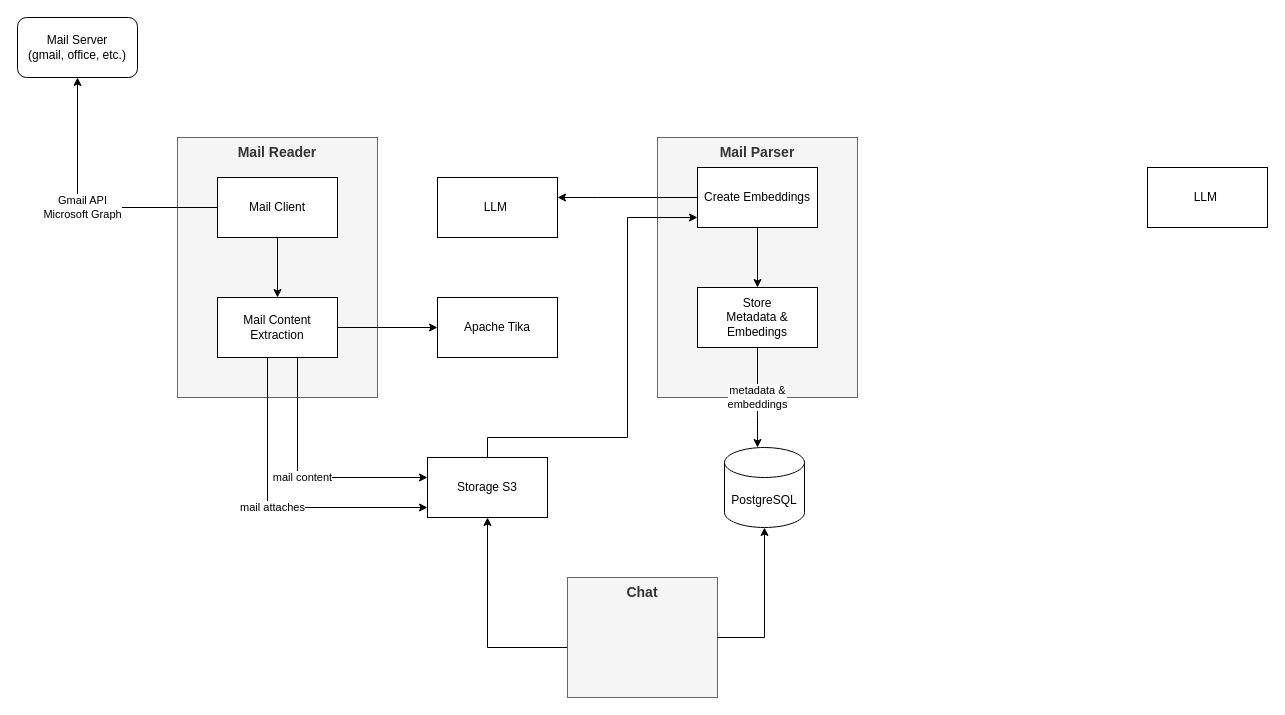
mwzero/jui keeps this draw.io diagram as jui-apps/jui-apps-email-assistant/mail-assistant.drawio. Above is the earlier version. Source tidied: cells renumbered, new cells numbered last; positions are measured from the earlier drawing's top-left corner, leaving out a move shared by most shapes. Both pictures are drawn from the tidied source at 100%, with x=0, y=0 at pixel (17, 17).
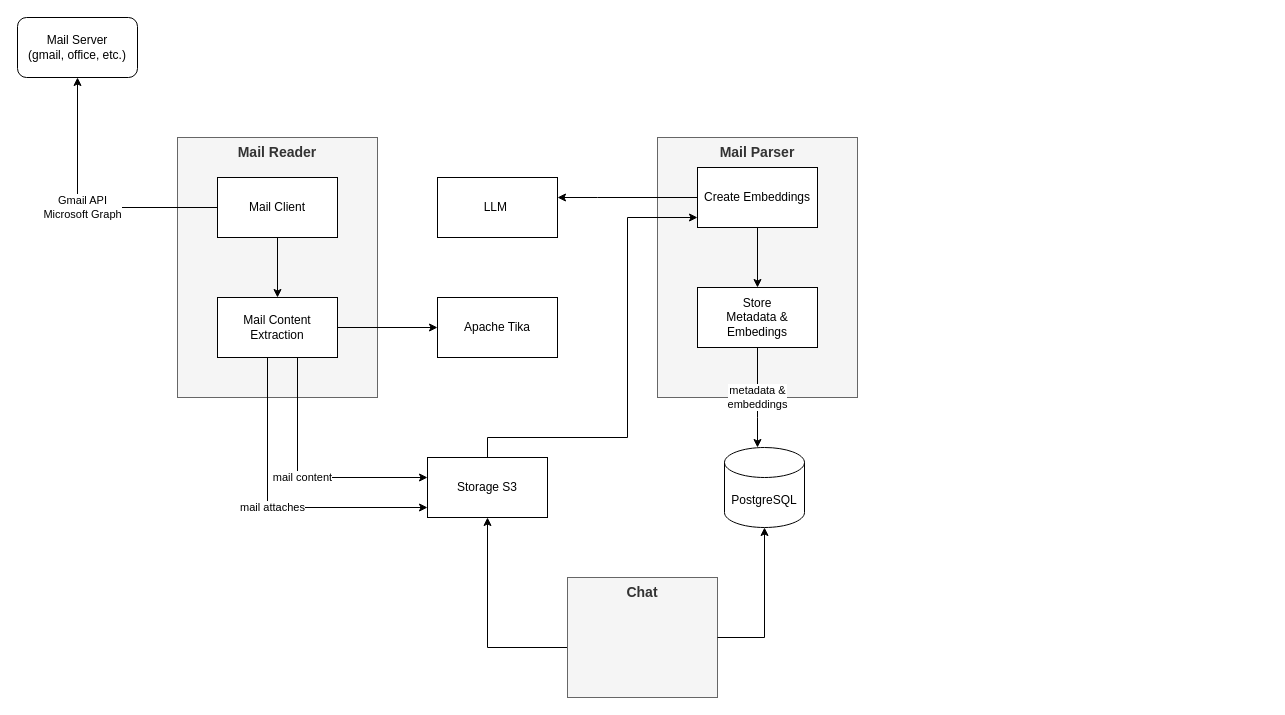
Above is the later version.

Change to the diagram source:
```diff
@@
-    <mxCell id="14" value="LLM&amp;nbsp;" style="rounded=0;whiteSpace=wrap;html=1;" parent="1" vertex="1">
-      <mxGeometry x="1130" y="150" width="120" height="60" as="geometry" />
-    </mxCell>
```
